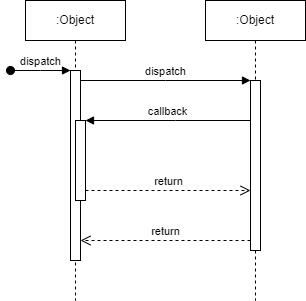
Above: szekvencia.png in JBLogistic/Licence_Exam (draw.io), before the change. Source tidied: cells renumbered, new cells last; positions are measured from the earlier drawing's top-left corner, leaving out a move shared by most shapes. Source of this version:
```xml
<mxGraphModel>
  <root>
    <mxCell id="0" />
    <mxCell id="1" parent="0" />
    <mxCell id="2" value=":Object" style="shape=umlLifeline;perimeter=lifelinePerimeter;whiteSpace=wrap;html=1;newEdgeStyle={&quot;edgeStyle&quot;:&quot;elbowEdgeStyle&quot;,&quot;elbow&quot;:&quot;vertical&quot;,&quot;curved&quot;:0,&quot;rounded&quot;:0};" parent="1" vertex="1">
      <mxGeometry x="15" width="100" height="300" as="geometry" />
    </mxCell>
    <mxCell id="3" style="html=1;points=[];perimeter=orthogonalPerimeter;outlineConnect=0;targetShapes=umlLifeline;portConstraint=eastwest;newEdgeStyle={&quot;edgeStyle&quot;:&quot;elbowEdgeStyle&quot;,&quot;elbow&quot;:&quot;vertical&quot;,&quot;curved&quot;:0,&quot;rounded&quot;:0};" parent="2" vertex="1">
      <mxGeometry x="45" y="70" width="10" height="190" as="geometry" />
    </mxCell>
    <mxCell id="4" value="dispatch" style="html=1;verticalAlign=bottom;startArrow=oval;endArrow=block;startSize=8;edgeStyle=elbowEdgeStyle;elbow=vertical;curved=0;rounded=0;" parent="2" edge="1" target="3">
      <mxGeometry relative="1" as="geometry">
        <mxPoint x="-15" y="70" as="sourcePoint" />
      </mxGeometry>
    </mxCell>
    <mxCell id="5" style="html=1;points=[];perimeter=orthogonalPerimeter;outlineConnect=0;targetShapes=umlLifeline;portConstraint=eastwest;newEdgeStyle={&quot;edgeStyle&quot;:&quot;elbowEdgeStyle&quot;,&quot;elbow&quot;:&quot;vertical&quot;,&quot;curved&quot;:0,&quot;rounded&quot;:0};" parent="2" vertex="1">
      <mxGeometry x="50" y="120" width="10" height="80" as="geometry" />
    </mxCell>
    <mxCell id="6" value=":Object" style="shape=umlLifeline;perimeter=lifelinePerimeter;whiteSpace=wrap;html=1;newEdgeStyle={&quot;edgeStyle&quot;:&quot;elbowEdgeStyle&quot;,&quot;elbow&quot;:&quot;vertical&quot;,&quot;curved&quot;:0,&quot;rounded&quot;:0};" parent="1" vertex="1">
      <mxGeometry x="195" width="100" height="300" as="geometry" />
    </mxCell>
    <mxCell id="7" style="html=1;points=[];perimeter=orthogonalPerimeter;outlineConnect=0;targetShapes=umlLifeline;portConstraint=eastwest;newEdgeStyle={&quot;edgeStyle&quot;:&quot;elbowEdgeStyle&quot;,&quot;elbow&quot;:&quot;vertical&quot;,&quot;curved&quot;:0,&quot;rounded&quot;:0};" parent="6" vertex="1">
      <mxGeometry x="45" y="80" width="10" height="170" as="geometry" />
    </mxCell>
    <mxCell id="8" value="dispatch" style="html=1;verticalAlign=bottom;endArrow=block;edgeStyle=elbowEdgeStyle;elbow=vertical;curved=0;rounded=0;" parent="1" edge="1" source="3" target="7">
      <mxGeometry relative="1" as="geometry">
        <Array as="points">
          <mxPoint x="155" y="80" />
        </Array>
      </mxGeometry>
    </mxCell>
    <mxCell id="9" value="return" style="html=1;verticalAlign=bottom;endArrow=open;dashed=1;endSize=8;edgeStyle=elbowEdgeStyle;elbow=vertical;curved=0;rounded=0;" parent="1" edge="1" source="7" target="3">
      <mxGeometry relative="1" as="geometry">
        <Array as="points">
          <mxPoint x="165" y="240" />
        </Array>
      </mxGeometry>
    </mxCell>
    <mxCell id="10" value="callback" style="html=1;verticalAlign=bottom;endArrow=block;edgeStyle=elbowEdgeStyle;elbow=vertical;curved=0;rounded=0;" parent="1" edge="1" source="7" target="5">
      <mxGeometry relative="1" as="geometry">
        <Array as="points">
          <mxPoint x="165" y="120" />
        </Array>
      </mxGeometry>
    </mxCell>
    <mxCell id="11" value="return" style="html=1;verticalAlign=bottom;endArrow=open;dashed=1;endSize=8;edgeStyle=elbowEdgeStyle;elbow=vertical;curved=0;rounded=0;" parent="1" edge="1" source="5" target="7">
      <mxGeometry relative="1" as="geometry">
        <Array as="points">
          <mxPoint x="155" y="190" />
        </Array>
      </mxGeometry>
    </mxCell>
  </root>
</mxGraphModel>
```
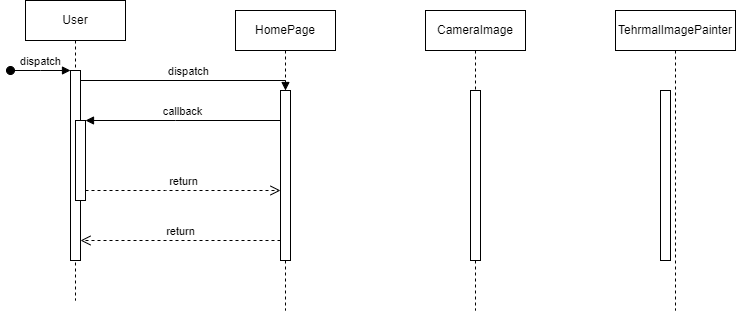
Above is the later version.

What changed in the source:
```diff
@@ -2,7 +2,7 @@
   <root>
     <mxCell id="0" />
     <mxCell id="1" parent="0" />
-    <mxCell id="2" value=":Object" style="shape=umlLifeline;perimeter=lifelinePerimeter;whiteSpace=wrap;html=1;newEdgeStyle={&quot;edgeStyle&quot;:&quot;elbowEdgeStyle&quot;,&quot;elbow&quot;:&quot;vertical&quot;,&quot;curved&quot;:0,&quot;rounded&quot;:0};" parent="1" vertex="1">
+    <mxCell id="2" value="User" style="shape=umlLifeline;perimeter=lifelinePerimeter;whiteSpace=wrap;html=1;newEdgeStyle={&quot;edgeStyle&quot;:&quot;elbowEdgeStyle&quot;,&quot;elbow&quot;:&quot;vertical&quot;,&quot;curved&quot;:0,&quot;rounded&quot;:0};" parent="1" vertex="1">
       <mxGeometry x="15" width="100" height="300" as="geometry" />
     </mxCell>
     <mxCell id="3" style="html=1;points=[];perimeter=orthogonalPerimeter;outlineConnect=0;targetShapes=umlLifeline;portConstraint=eastwest;newEdgeStyle={&quot;edgeStyle&quot;:&quot;elbowEdgeStyle&quot;,&quot;elbow&quot;:&quot;vertical&quot;,&quot;curved&quot;:0,&quot;rounded&quot;:0};" parent="2" vertex="1">
@@ -16,8 +16,8 @@
     <mxCell id="5" style="html=1;points=[];perimeter=orthogonalPerimeter;outlineConnect=0;targetShapes=umlLifeline;portConstraint=eastwest;newEdgeStyle={&quot;edgeStyle&quot;:&quot;elbowEdgeStyle&quot;,&quot;elbow&quot;:&quot;vertical&quot;,&quot;curved&quot;:0,&quot;rounded&quot;:0};" parent="2" vertex="1">
       <mxGeometry x="50" y="120" width="10" height="80" as="geometry" />
     </mxCell>
-    <mxCell id="6" value=":Object" style="shape=umlLifeline;perimeter=lifelinePerimeter;whiteSpace=wrap;html=1;newEdgeStyle={&quot;edgeStyle&quot;:&quot;elbowEdgeStyle&quot;,&quot;elbow&quot;:&quot;vertical&quot;,&quot;curved&quot;:0,&quot;rounded&quot;:0};" parent="1" vertex="1">
-      <mxGeometry x="195" width="100" height="300" as="geometry" />
+    <mxCell id="6" value="HomePage" style="shape=umlLifeline;perimeter=lifelinePerimeter;whiteSpace=wrap;html=1;newEdgeStyle={&quot;edgeStyle&quot;:&quot;elbowEdgeStyle&quot;,&quot;elbow&quot;:&quot;vertical&quot;,&quot;curved&quot;:0,&quot;rounded&quot;:0};" parent="1" vertex="1">
+      <mxGeometry x="225" y="10" width="100" height="300" as="geometry" />
     </mxCell>
     <mxCell id="7" style="html=1;points=[];perimeter=orthogonalPerimeter;outlineConnect=0;targetShapes=umlLifeline;portConstraint=eastwest;newEdgeStyle={&quot;edgeStyle&quot;:&quot;elbowEdgeStyle&quot;,&quot;elbow&quot;:&quot;vertical&quot;,&quot;curved&quot;:0,&quot;rounded&quot;:0};" parent="6" vertex="1">
       <mxGeometry x="45" y="80" width="10" height="170" as="geometry" />
@@ -50,5 +50,17 @@
         </Array>
       </mxGeometry>
     </mxCell>
+    <mxCell id="12" value="CameraImage" style="shape=umlLifeline;perimeter=lifelinePerimeter;whiteSpace=wrap;html=1;newEdgeStyle={&quot;edgeStyle&quot;:&quot;elbowEdgeStyle&quot;,&quot;elbow&quot;:&quot;vertical&quot;,&quot;curved&quot;:0,&quot;rounded&quot;:0};" parent="1" vertex="1">
+      <mxGeometry x="415" y="10" width="100" height="300" as="geometry" />
+    </mxCell>
+    <mxCell id="13" style="html=1;perimeter=orthogonalPerimeter;targetShapes=umlLifeline;newEdgeStyle={&quot;edgeStyle&quot;:&quot;elbowEdgeStyle&quot;,&quot;elbow&quot;:&quot;vertical&quot;,&quot;curved&quot;:0,&quot;rounded&quot;:0};" parent="12" vertex="1">
+      <mxGeometry x="45" y="80" width="10" height="170" as="geometry" />
+    </mxCell>
+    <mxCell id="14" value="TehrmalImagePainter" style="shape=umlLifeline;perimeter=lifelinePerimeter;whiteSpace=wrap;html=1;newEdgeStyle={&quot;edgeStyle&quot;:&quot;elbowEdgeStyle&quot;,&quot;elbow&quot;:&quot;vertical&quot;,&quot;curved&quot;:0,&quot;rounded&quot;:0};" parent="1" vertex="1">
+      <mxGeometry x="605" y="10" width="120" height="300" as="geometry" />
+    </mxCell>
+    <mxCell id="15" style="html=1;perimeter=orthogonalPerimeter;targetShapes=umlLifeline;newEdgeStyle={&quot;edgeStyle&quot;:&quot;elbowEdgeStyle&quot;,&quot;elbow&quot;:&quot;vertical&quot;,&quot;curved&quot;:0,&quot;rounded&quot;:0};" parent="14" vertex="1">
+      <mxGeometry x="45" y="80" width="10" height="170" as="geometry" />
+    </mxCell>
   </root>
 </mxGraphModel>
```
